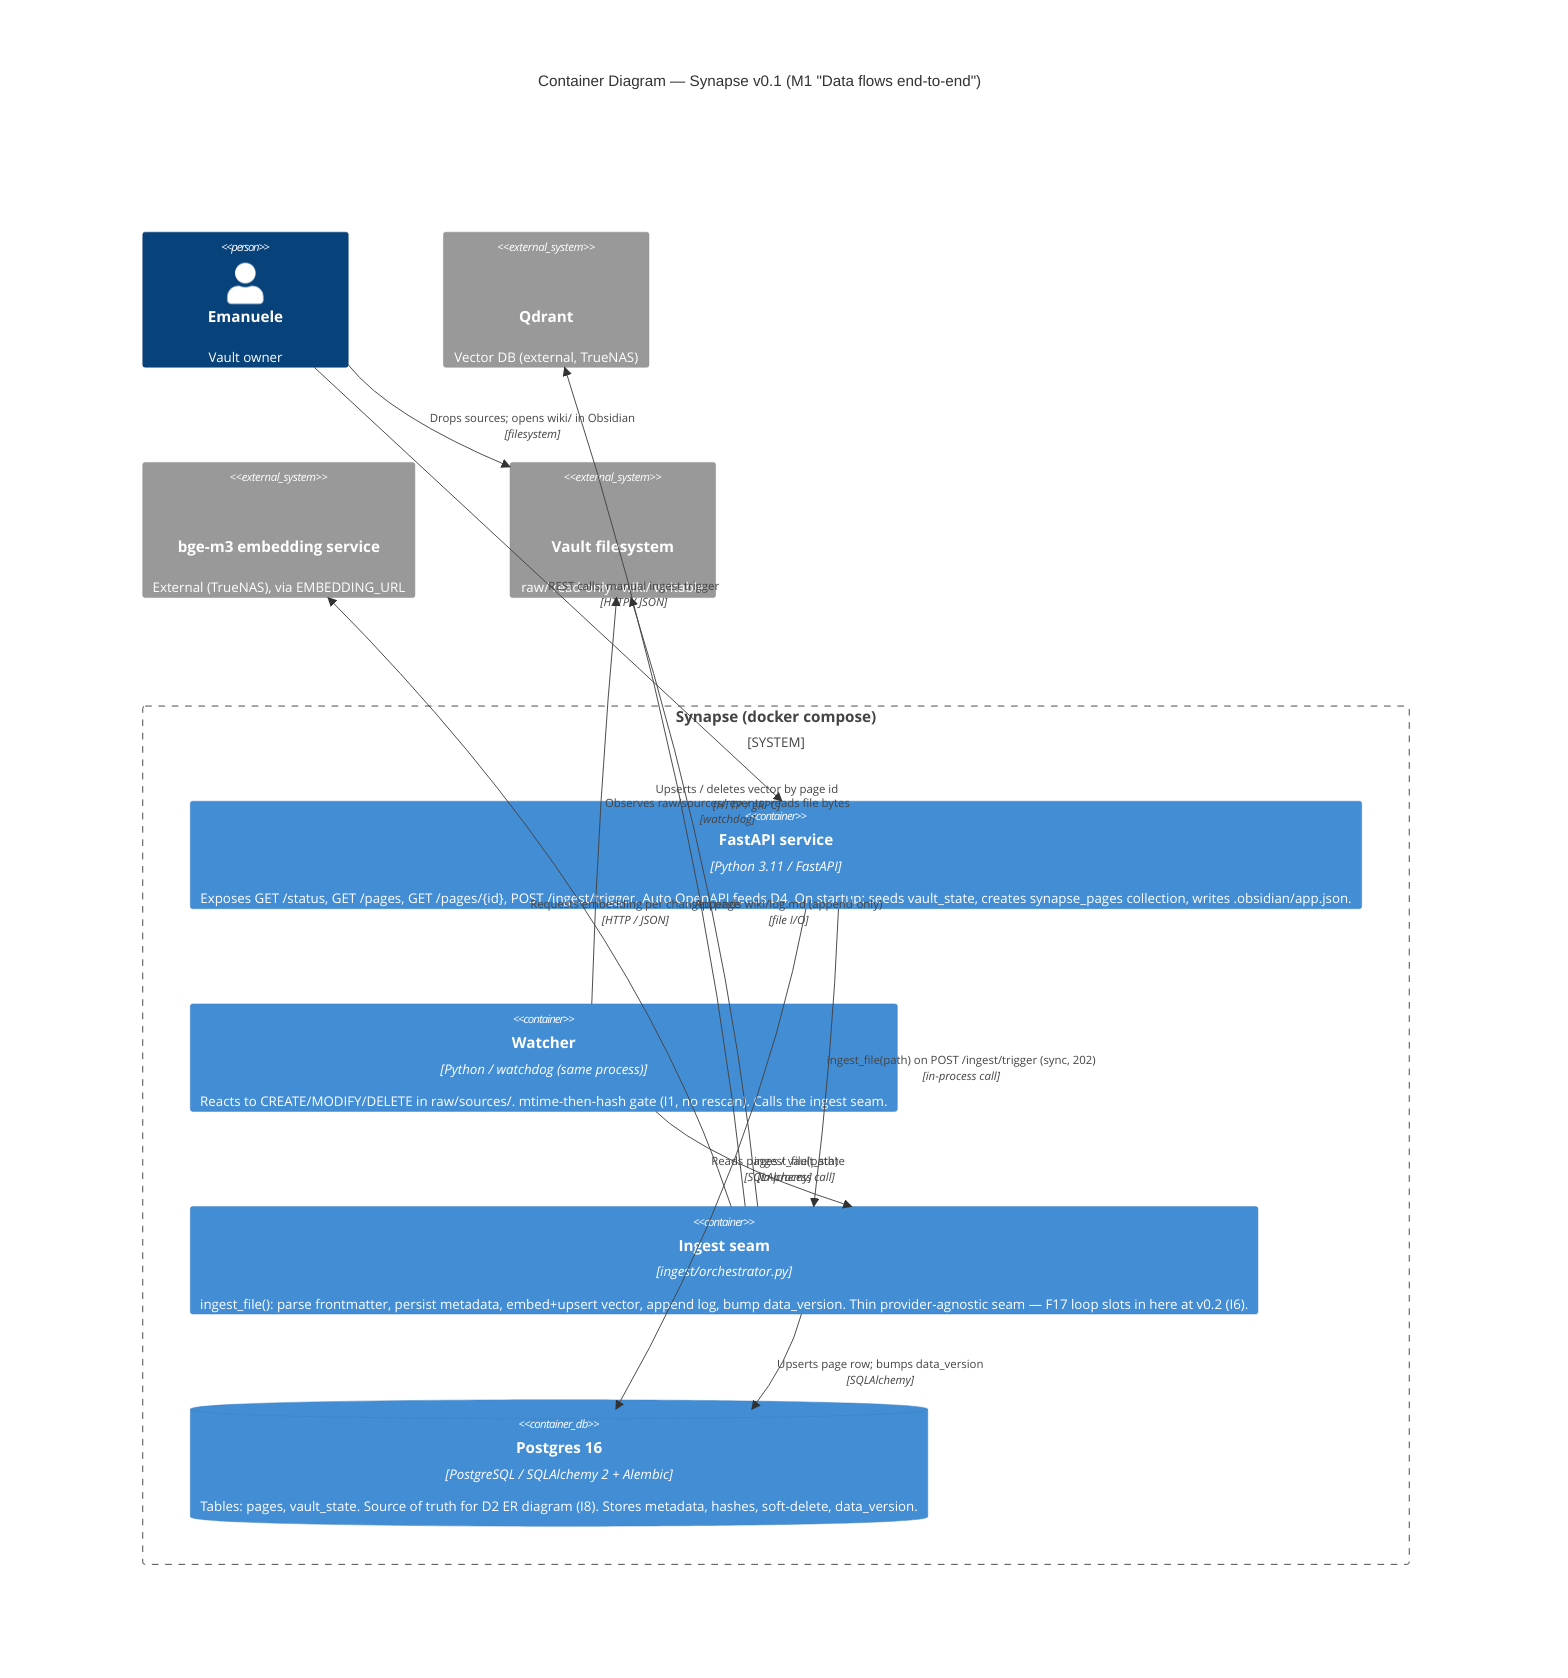
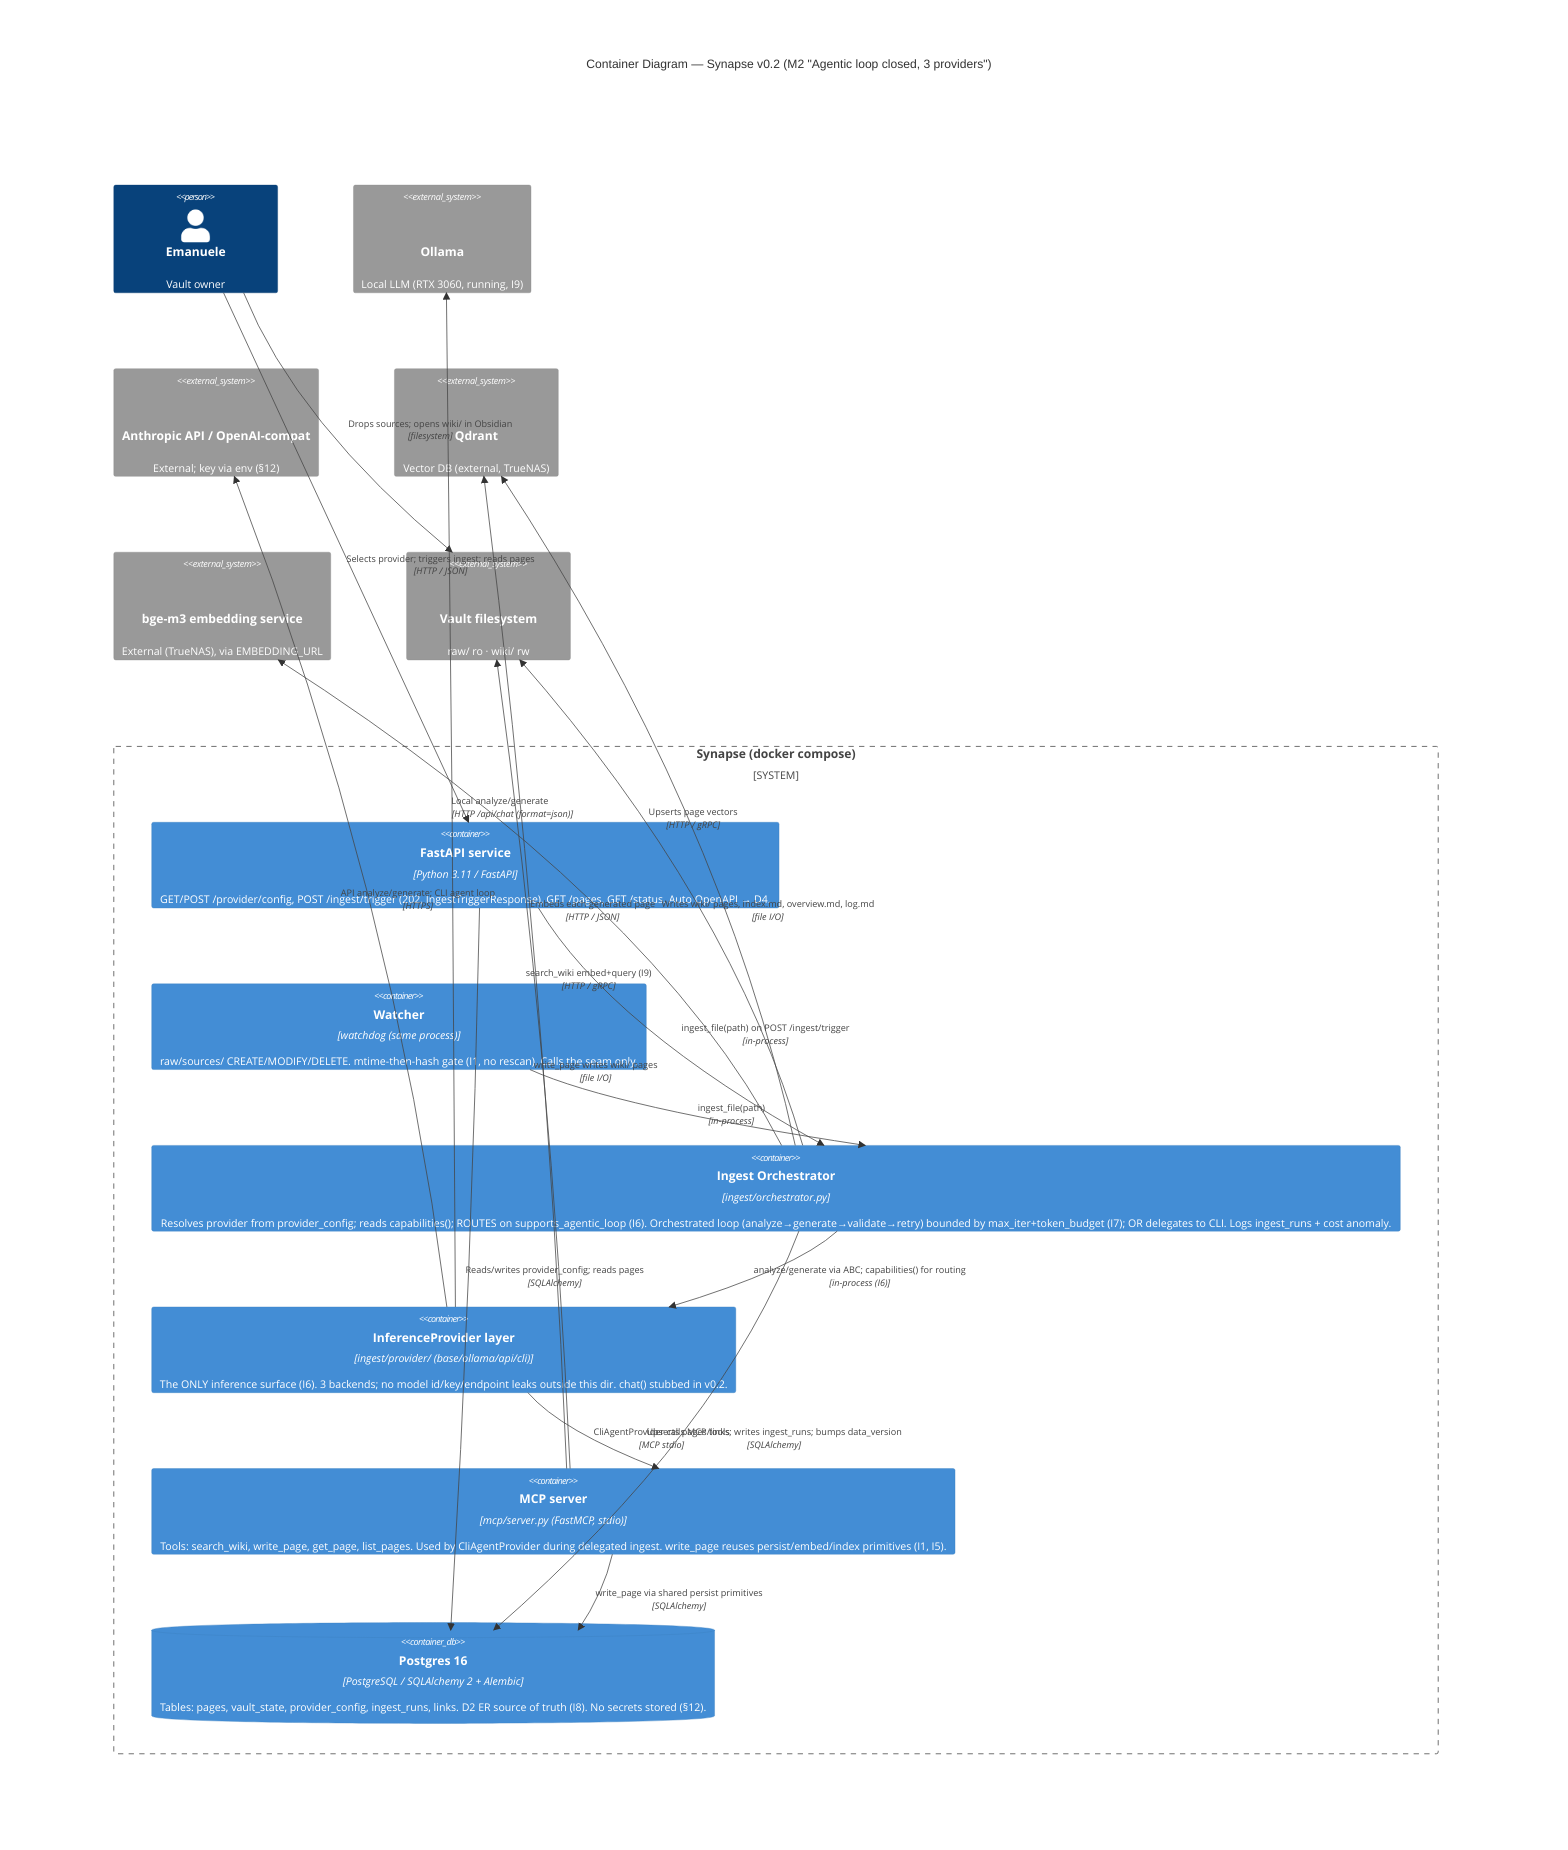
C4Container
-     title Container Diagram — Synapse v0.1 (M1 "Data flows end-to-end")
+     title Container Diagram — Synapse v0.2 (M2 "Agentic loop closed, 3 providers")

    Person(emanuele, "Emanuele", "Vault owner")

    System_Boundary(synapse, "Synapse (docker compose)") {
-         Container(api, "FastAPI service", "Python 3.11 / FastAPI", "Exposes GET /status, GET /pages, GET /pages/{id}, POST /ingest/trigger. Auto OpenAPI feeds D4. On startup: seeds vault_state, creates synapse_pages collection, writes .obsidian/app.json.")
-         Container(watcher, "Watcher", "Python / watchdog (same process)", "Reacts to CREATE/MODIFY/DELETE in raw/sources/. mtime-then-hash gate (I1, no rescan). Calls the ingest seam.")
-         Container(seam, "Ingest seam", "ingest/orchestrator.py", "ingest_file(): parse frontmatter, persist metadata, embed+upsert vector, append log, bump data_version. Thin provider-agnostic seam — F17 loop slots in here at v0.2 (I6).")
-         ContainerDb(pg, "Postgres 16", "PostgreSQL / SQLAlchemy 2 + Alembic", "Tables: pages, vault_state. Source of truth for D2 ER diagram (I8). Stores metadata, hashes, soft-delete, data_version.")
+         Container(api, "FastAPI service", "Python 3.11 / FastAPI", "GET/POST /provider/config, POST /ingest/trigger (202, IngestTriggerResponse), GET /pages, GET /status. Auto OpenAPI → D4.")
+         Container(watcher, "Watcher", "watchdog (same process)", "raw/sources/ CREATE/MODIFY/DELETE. mtime-then-hash gate (I1, no rescan). Calls the seam only.")
+         Container(orch, "Ingest Orchestrator", "ingest/orchestrator.py", "Resolves provider from provider_config; reads capabilities(); ROUTES on supports_agentic_loop (I6). Orchestrated loop (analyze→generate→validate→retry) bounded by max_iter+token_budget (I7); OR delegates to CLI. Logs ingest_runs + cost anomaly.")
+         Container(provider, "InferenceProvider layer", "ingest/provider/ (base/ollama/api/cli)", "The ONLY inference surface (I6). 3 backends; no model id/key/endpoint leaks outside this dir. chat() stubbed in v0.2.")
+         Container(mcp, "MCP server", "mcp/server.py (FastMCP, stdio)", "Tools: search_wiki, write_page, get_page, list_pages. Used by CliAgentProvider during delegated ingest. write_page reuses persist/embed/index primitives (I1, I5).")
+         ContainerDb(pg, "Postgres 16", "PostgreSQL / SQLAlchemy 2 + Alembic", "Tables: pages, vault_state, provider_config, ingest_runs, links. D2 ER source of truth (I8). No secrets stored (§12).")
    }

-     System_Ext(qdrant, "Qdrant", "Vector DB (external, TrueNAS)", "Collection synapse_pages. Point id == page id. Derived index, rebuildable.")
-     System_Ext(bgem3, "bge-m3 embedding service", "External (TrueNAS), via EMBEDDING_URL", "Dimension read from EMBEDDING_DIM and validated at startup. No local model (I9).")
-     System_Ext(vaultfs, "Vault filesystem", "raw/ read-only · wiki/ writable", "Valid Obsidian vault. raw/ never written by Synapse (AC-K1-5).")
+     System_Ext(ollamasvc, "Ollama", "Local LLM (RTX 3060, running, I9)", "Local provider backend; cost $0.00.")
+     System_Ext(anthropic, "Anthropic API / OpenAI-compat", "External; key via env (§12)", "API + CLI provider backends.")
+     System_Ext(qdrant, "Qdrant", "Vector DB (external, TrueNAS)", "synapse_pages. search_wiki + page vectors.")
+     System_Ext(bgem3, "bge-m3 embedding service", "External (TrueNAS), via EMBEDDING_URL", "No local model (I9).")
+     System_Ext(vaultfs, "Vault filesystem", "raw/ ro · wiki/ rw", "Valid Obsidian vault (I5).")

-     Rel(emanuele, api, "REST calls; manual ingest trigger", "HTTP / JSON")
+     Rel(emanuele, api, "Selects provider; triggers ingest; reads pages", "HTTP / JSON")
    Rel(emanuele, vaultfs, "Drops sources; opens wiki/ in Obsidian", "filesystem")

-     Rel(watcher, vaultfs, "Observes raw/sources/ events; reads file bytes", "watchdog")
-     Rel(watcher, seam, "ingest_file(path)", "in-process call")
-     Rel(api, seam, "ingest_file(path) on POST /ingest/trigger (sync, 202)", "in-process call")
-     Rel(api, pg, "Reads pages / vault_state", "SQLAlchemy")
-     Rel(seam, pg, "Upserts page row; bumps data_version", "SQLAlchemy")
-     Rel(seam, bgem3, "Requests embedding per changed page", "HTTP / JSON")
-     Rel(seam, qdrant, "Upserts / deletes vector by page id", "HTTP / gRPC")
-     Rel(seam, vaultfs, "Appends wiki/log.md (append-only)", "file I/O")
+     Rel(watcher, orch, "ingest_file(path)", "in-process")
+     Rel(api, orch, "ingest_file(path) on POST /ingest/trigger", "in-process")
+     Rel(api, pg, "Reads/writes provider_config; reads pages", "SQLAlchemy")
+     Rel(orch, provider, "analyze/generate via ABC; capabilities() for routing", "in-process (I6)")
+     Rel(orch, pg, "Upserts pages/links; writes ingest_runs; bumps data_version", "SQLAlchemy")
+     Rel(orch, bgem3, "Embeds each generated page", "HTTP / JSON")
+     Rel(orch, qdrant, "Upserts page vectors", "HTTP / gRPC")
+     Rel(orch, vaultfs, "Writes wiki/ pages, index.md, overview.md, log.md", "file I/O")
+     Rel(provider, ollamasvc, "Local analyze/generate", "HTTP /api/chat (format=json)")
+     Rel(provider, anthropic, "API analyze/generate; CLI agent loop", "HTTPS")
+     Rel(provider, mcp, "CliAgentProvider calls MCP tools", "MCP stdio")
+     Rel(mcp, pg, "write_page via shared persist primitives", "SQLAlchemy")
+     Rel(mcp, qdrant, "search_wiki embed+query (I9)", "HTTP / gRPC")
+     Rel(mcp, vaultfs, "write_page writes wiki/ pages", "file I/O")

    UpdateLayoutConfig($c4ShapeInRow="2", $c4BoundaryInRow="1")
